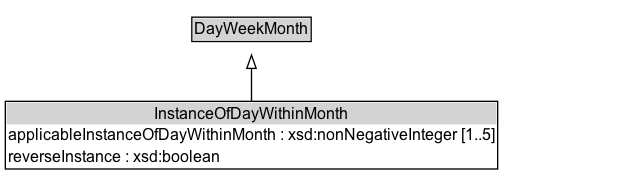
k-vaughn/ontology-its-time keeps this Graphviz diagram as docs/diagrams/InstanceOfDayWithinMonth.dot.png. Above is the earlier version. Its source is kept beside it as docs/diagrams/InstanceOfDayWithinMonth.dot.
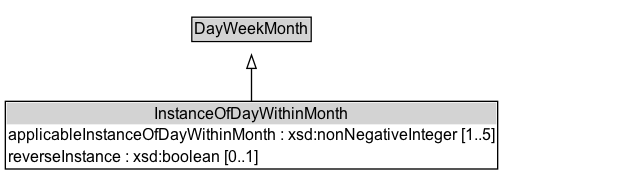
The same diagram one commit later.

The edit, as a diff of the source:
```diff
@@ -6,7 +6,7 @@
 		rank=source
 		DayWeekMonth [label=<<TABLE BORDER="1" CELLBORDER="0" CELLSPACING="0" CELLPADDING="1"><TR><TD BGCOLOR="lightgray" ALIGN="CENTER">DayWeekMonth</TD></TR></TABLE>> URL="../DayWeekMonth" margin=0]
 	}
-	InstanceOfDayWithinMonth [label=<<TABLE BORDER="1" CELLBORDER="0" CELLSPACING="0" CELLPADDING="1"><TR><TD BGCOLOR="lightgray" ALIGN="CENTER">InstanceOfDayWithinMonth</TD></TR><TR><TD ALIGN="LEFT">applicableInstanceOfDayWithinMonth : xsd:nonNegativeInteger [1..5]</TD></TR><TR><TD ALIGN="LEFT">reverseInstance : xsd:boolean</TD></TR></TABLE>> URL="../InstanceOfDayWithinMonth" margin=0]
+	InstanceOfDayWithinMonth [label=<<TABLE BORDER="1" CELLBORDER="0" CELLSPACING="0" CELLPADDING="1"><TR><TD BGCOLOR="lightgray" ALIGN="CENTER">InstanceOfDayWithinMonth</TD></TR><TR><TD ALIGN="LEFT">applicableInstanceOfDayWithinMonth : xsd:nonNegativeInteger [1..5]</TD></TR><TR><TD ALIGN="LEFT">reverseInstance : xsd:boolean [0..1]</TD></TR></TABLE>> URL="../InstanceOfDayWithinMonth" margin=0]
 	{
 		rank=max
 	}
```
